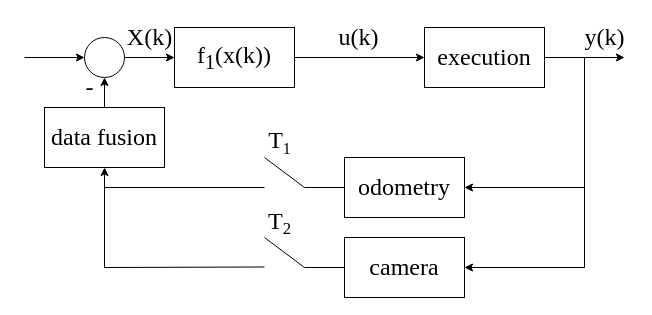
The draw.io diagram pics/block diagram/system model 2 sensors.drawio in kemosabe564/simulation, before the edit. Source tidied: cells renumbered, new cells numbered last; positions are measured from the earlier drawing's top-left corner, leaving out a move shared by most shapes. Both pictures are drawn from the tidied source at 100%, with x=0, y=0 at pixel (24, 17).
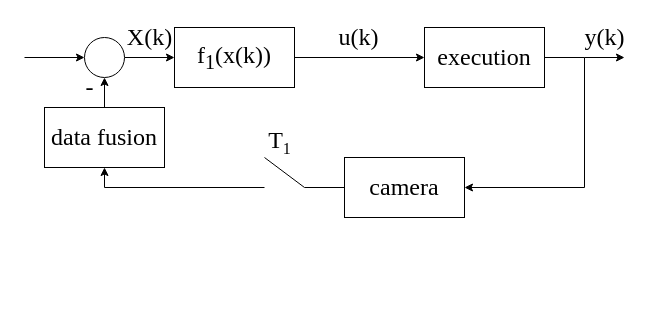
After the change.

The change refers to these unchanged cells:
```xml
<mxCell id="22" style="ellipse;whiteSpace=wrap;html=1;fontFamily=Times New Roman;fontSize=16;" parent="1" vertex="1">
  <mxGeometry x="60" y="20" width="40" height="40" as="geometry" />
</mxCell>
<mxCell id="28" value="data fusion" style="rounded=0;whiteSpace=wrap;html=1;fontFamily=Times New Roman;fontSize=24;" parent="1" vertex="1">
  <mxGeometry x="20" y="90" width="120" height="60" as="geometry" />
</mxCell>
```

Diff of the diagram source:
```diff
@@
-    <mxCell id="8" value="odometry" style="rounded=0;whiteSpace=wrap;html=1;fontFamily=Times New Roman;fontSize=24;" parent="1" vertex="1">
+    <mxCell id="8" value="camera" style="rounded=0;whiteSpace=wrap;html=1;fontFamily=Times New Roman;fontSize=24;" parent="1" vertex="1">
       <mxGeometry x="320" y="140" width="120" height="60" as="geometry" />
     </mxCell>
     <mxCell id="9" style="endArrow=none;html=1;rounded=0;fontFamily=Times New Roman;fontSize=24;" parent="1" edge="1">
       <mxGeometry relative="1" as="geometry">
-        <mxPoint x="560" y="250" as="sourcePoint" />
+        <mxPoint x="560" y="170" as="sourcePoint" />
         <mxPoint x="560" y="40" as="targetPoint" />
       </mxGeometry>
     </mxCell>
-    <mxCell id="10" value="camera" style="rounded=0;whiteSpace=wrap;html=1;fontFamily=Times New Roman;fontSize=24;" parent="1" vertex="1">
-      <mxGeometry x="320" y="220" width="120" height="60" as="geometry" />
-    </mxCell>
@@
-    <mxCell id="12" style="endArrow=classic;html=1;rounded=0;fontFamily=Times New Roman;fontSize=24;entryX=1;entryY=0.5;entryDx=0;entryDy=0;" parent="1" edge="1" target="10">
-      <mxGeometry relative="1" as="geometry">
-        <mxPoint x="560" y="250" as="sourcePoint" />
-      </mxGeometry>
-    </mxCell>
@@
-    <mxCell id="14" style="endArrow=none;html=1;rounded=0;fontFamily=Times New Roman;fontSize=24;exitX=0;exitY=0.5;exitDx=0;exitDy=0;" parent="1" edge="1" source="10">
-      <mxGeometry relative="1" as="geometry">
-        <mxPoint x="280" y="250" as="targetPoint" />
-      </mxGeometry>
-    </mxCell>
@@
-    <mxCell id="16" style="endArrow=none;html=1;rounded=0;fontFamily=Times New Roman;fontSize=24;" parent="1" edge="1">
-      <mxGeometry relative="1" as="geometry">
-        <mxPoint x="280" y="250" as="sourcePoint" />
-        <mxPoint x="240" y="220" as="targetPoint" />
-      </mxGeometry>
-    </mxCell>
@@
-    <mxCell id="18" value="T&lt;span style=&quot;font-size: 20px;&quot;&gt;&lt;sub&gt;2&lt;/sub&gt;&lt;/span&gt;" style="text;html=1;align=center;verticalAlign=middle;strokeColor=none;fillColor=none;fontSize=24;fontFamily=Times New Roman;" parent="1" vertex="1">
-      <mxGeometry x="230" y="180" width="50" height="50" as="geometry" />
-    </mxCell>
@@
-    <mxCell id="20" style="endArrow=none;html=1;rounded=0;fontFamily=Times New Roman;fontSize=16;" parent="1" edge="1">
-      <mxGeometry relative="1" as="geometry">
-        <mxPoint x="240" y="249.5" as="sourcePoint" />
-        <mxPoint x="80" y="250" as="targetPoint" />
-      </mxGeometry>
-    </mxCell>
@@
     <mxCell id="23" style="endArrow=classic;html=1;rounded=0;fontFamily=Times New Roman;fontSize=16;" parent="1" edge="1">
       <mxGeometry relative="1" as="geometry">
-        <mxPoint x="80" y="250" as="sourcePoint" />
+        <mxPoint x="80" y="170" as="sourcePoint" />
         <mxPoint x="80" y="150" as="targetPoint" />
       </mxGeometry>
     </mxCell>
@@
-    <mxCell id="27" style="edgeStyle=orthogonalEdgeStyle;rounded=0;jettySize=auto;html=1;exitX=0.5;exitY=0;exitDx=0;exitDy=0;" parent="1" edge="1" source="28" target="22">
+    <mxCell id="27" style="edgeStyle=orthogonalEdgeStyle;rounded=0;jettySize=auto;html=1;exitX=0.5;exitY=0;exitDx=0;exitDy=0;entryX=0.5;entryY=1;entryDx=0;entryDy=0;" parent="1" edge="1" source="28" target="22">
       <mxGeometry relative="1" as="geometry" />
     </mxCell>
```
